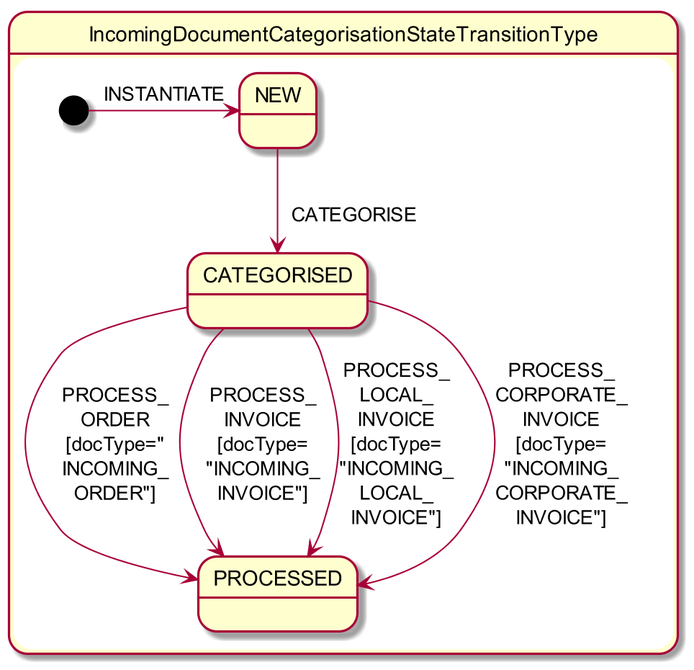
Before: adocs/documentation/src/main/asciidoc/document-categorisation-state-chart.png, a diagram exported from PlantUML (estatio/estatio).
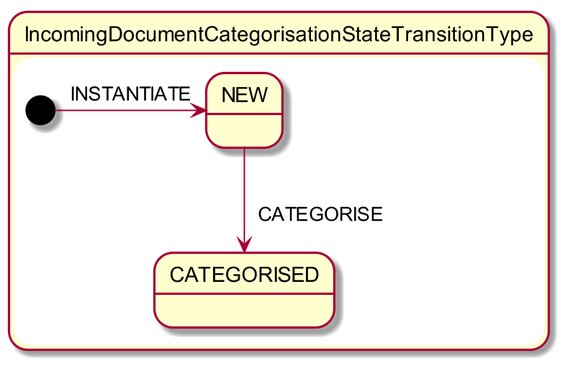
The same file after the commit.

The edit, as a diff of the source:
```diff
@@ -6,13 +6,7 @@
     state "NEW" as idc_new
     state "CATEGORISED" as idc_c
 
-    state "PROCESSED" as idc_classifying
-
     [*] -right-> idc_new: INSTANTIATE
     idc_new -down-> idc_c : \n  CATEGORISE
-    idc_c -down->idc_classifying : PROCESS_\nORDER\n[docType="\nINCOMING_\nORDER"]
-    idc_c -down->idc_classifying : PROCESS_\nINVOICE\n[docType=\n"INCOMING_\nINVOICE"]
-    idc_c -down->idc_classifying : PROCESS_\nLOCAL_\nINVOICE\n[docType=\n"INCOMING_\nLOCAL_\nINVOICE"]
-    idc_c -down->idc_classifying : PROCESS_\nCORPORATE_\nINVOICE\n[docType=\n"INCOMING_\nCORPORATE_\nINVOICE"]
 }
 @enduml
```
